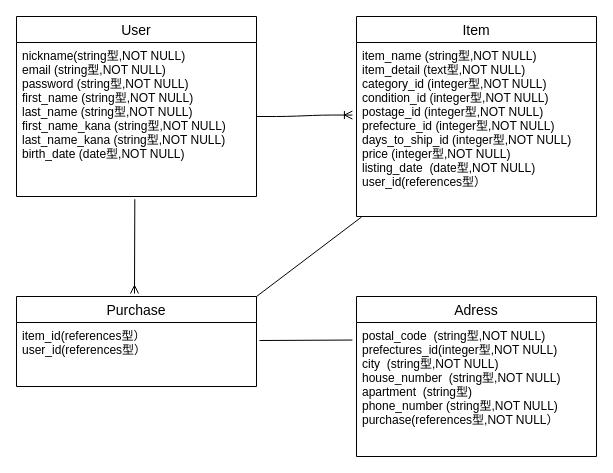
Before: ER図.dio in rina0712mmm/furima-31073, a draw.io diagram. Source tidied: cells renumbered, new cells numbered last; positions are measured from the earlier drawing's top-left corner, leaving out a move shared by most shapes. Both pictures are drawn from the tidied source at 100%, with x=0, y=0 at pixel (16, 16).
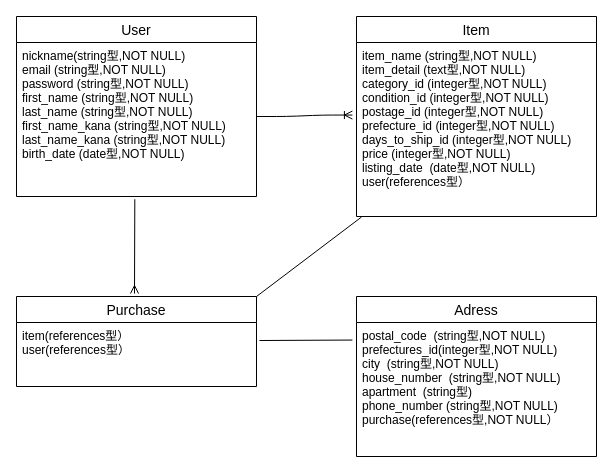
Above is the later version.

Commit message (it also covers changes not shown here):
データベース設計修正3

Change to the diagram source:
```diff
@@
 <mxGraphModel>
   <root>
     <mxCell id="0" />
     <mxCell id="1" parent="0" />
     <mxCell id="2" value="User" style="swimlane;fontStyle=0;horizontal=1;startSize=26;align=center;fontSize=14;" parent="1" vertex="1">
       <mxGeometry width="240" height="180" as="geometry" />
     </mxCell>
     <mxCell id="3" value="nickname(string型,NOT NULL)&#10;email (string型,NOT NULL)&#10;password (string型,NOT NULL)&#10;first_name (string型,NOT NULL)&#10;last_name (string型,NOT NULL)&#10;first_name_kana (string型,NOT NULL)&#10;last_name_kana (string型,NOT NULL)&#10;birth_date (date型,NOT NULL)&#10;" style="text;strokeColor=none;fillColor=none;spacingLeft=4;spacingRight=4;overflow=hidden;points=[[0,0.5],[1,0.5]];portConstraint=eastwest;fontSize=12;" parent="2" vertex="1">
       <mxGeometry y="26" width="240" height="154" as="geometry" />
     </mxCell>
     <mxCell id="4" style="edgeStyle=entityRelationEdgeStyle;fontSize=12;html=1;endArrow=ERoneToMany;entryX=-0.017;entryY=0.417;entryDx=0;entryDy=0;entryPerimeter=0;" parent="1" edge="1" target="8">
       <mxGeometry relative="1" as="geometry">
         <mxPoint x="240" y="100" as="sourcePoint" />
       </mxGeometry>
     </mxCell>
     <mxCell id="5" style="endArrow=none;html=1;rounded=0;entryX=-0.017;entryY=0.131;entryDx=0;entryDy=0;entryPerimeter=0;" parent="1" edge="1" target="12">
       <mxGeometry relative="1" as="geometry">
         <mxPoint x="243" y="324" as="sourcePoint" />
       </mxGeometry>
     </mxCell>
     <mxCell id="6" style="endArrow=none;html=1;rounded=0;entryX=0.493;entryY=1.018;entryDx=0;entryDy=0;startArrow=ERmany;startFill=0;entryPerimeter=0;" parent="1" edge="1" target="3">
       <mxGeometry relative="1" as="geometry">
         <mxPoint x="118" y="277" as="sourcePoint" />
       </mxGeometry>
     </mxCell>
     <mxCell id="7" value="Item" style="swimlane;fontStyle=0;horizontal=1;startSize=26;align=center;fontSize=14;" parent="1" vertex="1">
       <mxGeometry x="340" width="240" height="200" as="geometry" />
     </mxCell>
-    <mxCell id="8" value="item_name (string型,NOT NULL)&#10;item_detail (text型,NOT NULL)&#10;category_id (integer型,NOT NULL)&#10;condition_id (integer型,NOT NULL)&#10;postage_id (integer型,NOT NULL)&#10;prefecture_id (integer型,NOT NULL)&#10;days_to_ship_id (integer型,NOT NULL)&#10;price (integer型,NOT NULL)&#10;listing_date  (date型,NOT NULL)&#10;user_id(references型）&#10;&#10;&#10;" style="text;strokeColor=none;fillColor=none;spacingLeft=4;spacingRight=4;overflow=hidden;points=[[0,0.5],[1,0.5]];portConstraint=eastwest;fontSize=12;" parent="7" vertex="1">
+    <mxCell id="8" value="item_name (string型,NOT NULL)&#10;item_detail (text型,NOT NULL)&#10;category_id (integer型,NOT NULL)&#10;condition_id (integer型,NOT NULL)&#10;postage_id (integer型,NOT NULL)&#10;prefecture_id (integer型,NOT NULL)&#10;days_to_ship_id (integer型,NOT NULL)&#10;price (integer型,NOT NULL)&#10;listing_date  (date型,NOT NULL)&#10;user(references型）&#10;&#10;&#10;" style="text;strokeColor=none;fillColor=none;spacingLeft=4;spacingRight=4;overflow=hidden;points=[[0,0.5],[1,0.5]];portConstraint=eastwest;fontSize=12;" parent="7" vertex="1">
       <mxGeometry y="26" width="240" height="174" as="geometry" />
     </mxCell>
     <mxCell id="9" value="Purchase" style="swimlane;fontStyle=0;horizontal=1;startSize=26;align=center;fontSize=14;" parent="1" vertex="1">
       <mxGeometry y="280" width="240" height="90" as="geometry" />
     </mxCell>
-    <mxCell id="10" value="item_id(references型）&#10;user_id(references型）&#10;" style="text;strokeColor=none;fillColor=none;spacingLeft=4;spacingRight=4;overflow=hidden;fontSize=12;" parent="9" vertex="1">
+    <mxCell id="10" value="item(references型）&#10;user(references型）&#10;" style="text;strokeColor=none;fillColor=none;spacingLeft=4;spacingRight=4;overflow=hidden;fontSize=12;" parent="9" vertex="1">
       <mxGeometry y="26" width="240" height="64" as="geometry" />
     </mxCell>
     <mxCell id="11" value="Adress" style="swimlane;fontStyle=0;horizontal=1;startSize=26;align=center;fontSize=14;" parent="1" vertex="1">
       <mxGeometry x="340" y="280" width="240" height="160" as="geometry" />
     </mxCell>
     <mxCell id="12" value="postal_code  (string型,NOT NULL)&#10;prefectures_id(integer型,NOT NULL)&#10;city  (string型,NOT NULL)&#10;house_number  (string型,NOT NULL)&#10;apartment  (string型)&#10;phone_number (string型,NOT NULL)&#10;purchase(references型,NOT NULL）" style="text;strokeColor=none;fillColor=none;spacingLeft=4;spacingRight=4;overflow=hidden;points=[[0,0.5],[1,0.5]];portConstraint=eastwest;fontSize=12;" parent="11" vertex="1">
       <mxGeometry y="26" width="240" height="134" as="geometry" />
     </mxCell>
     <mxCell id="13" style="endArrow=none;html=1;rounded=0;entryX=0.021;entryY=1.003;entryDx=0;entryDy=0;entryPerimeter=0;exitX=1;exitY=0;exitDx=0;exitDy=0;" parent="1" edge="1" source="9" target="8">
       <mxGeometry relative="1" as="geometry" />
     </mxCell>
   </root>
 </mxGraphModel>
```
